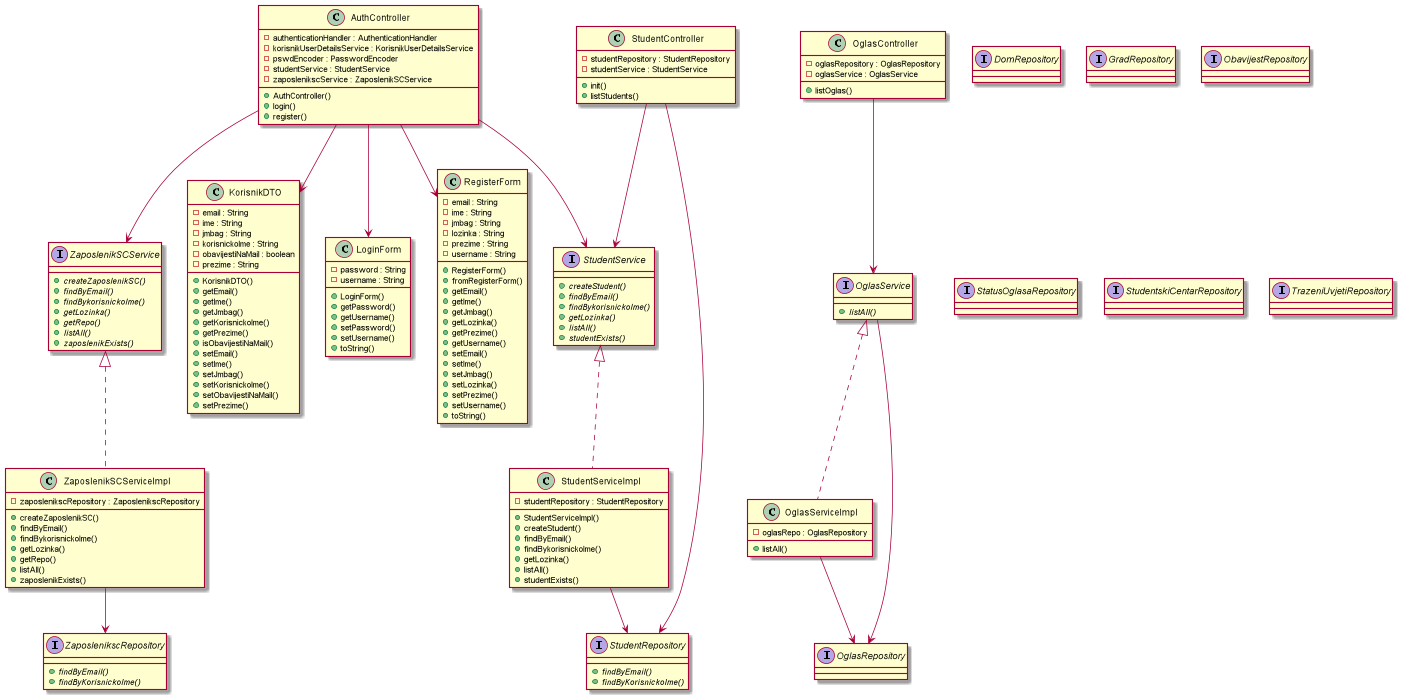
This is dokumentacija/dijagrami/controller.png from miveta/student-housing-app, a PlantUML export, as it was before one commit. The source it was exported from:
```plantuml
@startuml

        class KorisnikDTO {
                    - email : String
                    - ime : String
                    - jmbag : String
                    - korisnickoIme : String
                    - obavijestiNaMail : boolean
                    - prezime : String
                    + KorisnikDTO()
                    + getEmail()
                    + getIme()
                    + getJmbag()
                    + getKorisnickoIme()
                    + getPrezime()
                    + isObavijestiNaMail()
                    + setEmail()
                    + setIme()
                    + setJmbag()
                    + setKorisnickoIme()
                    + setObavijestiNaMail()
                    + setPrezime()
                }


        class AuthController {
            - authenticationHandler : AuthenticationHandler
            - korisnikUserDetailsService : KorisnikUserDetailsService
            - pswdEncoder : PasswordEncoder
            - studentService : StudentService
            - zaposlenikscService : ZaposlenikSCService
            + AuthController()
            + login()
            + register()
        }




        class OglasController {
            - oglasRepository : OglasRepository
            - oglasService : OglasService
            + listOglas()
        }



        class StudentController {
            - studentRepository : StudentRepository
            - studentService : StudentService
            + init()
            + listStudents()
        }
        class LoginForm {
                    - password : String
                    - username : String
                    + LoginForm()
                    + getPassword()
                    + getUsername()
                    + setPassword()
                    + setUsername()
                    + toString()
                }




                class RegisterForm {
                    - email : String
                    - ime : String
                    - jmbag : String
                    - lozinka : String
                    - prezime : String
                    - username : String
                    + RegisterForm()
                    + fromRegisterForm()
                    + getEmail()
                    + getIme()
                    + getJmbag()
                    + getLozinka()
                    + getPrezime()
                    + getUsername()
                    + setEmail()
                    + setIme()
                    + setJmbag()
                    + setLozinka()
                    + setPrezime()
                    + setUsername()
                    + toString()
                }
                class OglasServiceImpl {
                              - oglasRepo : OglasRepository
                              + listAll()
                          }




                          class StudentServiceImpl {
                              - studentRepository : StudentRepository
                              + StudentServiceImpl()
                              + createStudent()
                              + findByEmail()
                              + findBykorisnickoIme()
                              + getLozinka()
                              + listAll()
                              + studentExists()
                          }




                          class ZaposlenikSCServiceImpl {
                              - zaposlenikscRepository : ZaposlenikscRepository
                              + createZaposlenikSC()
                              + findByEmail()
                              + findBykorisnickoIme()
                              + getLozinka()
                              + getRepo()
                              + listAll()
                              + zaposlenikExists()
                          }

        interface OglasService {
                    {abstract} + listAll()
                }



                interface StudentService {
                    {abstract} + createStudent()
                    {abstract} + findByEmail()
                    {abstract} + findBykorisnickoIme()
                    {abstract} + getLozinka()
                    {abstract} + listAll()
                    {abstract} + studentExists()
                }



                interface ZaposlenikSCService {
                    {abstract} + createZaposlenikSC()
                    {abstract} + findByEmail()
                    {abstract} + findBykorisnickoIme()
                    {abstract} + getLozinka()
                    {abstract} + getRepo()
                    {abstract} + listAll()
                    {abstract} + zaposlenikExists()
                }
        interface DomRepository {
        }




        interface GradRepository {
        }




        interface ObavijestRepository {
        }




        interface OglasRepository {
        }




        interface StatusOglasaRepository {
        }



        interface StudentRepository {
            {abstract} + findByEmail()
            {abstract} + findByKorisnickoIme()
        }




        interface StudentskiCentarRepository {
        }




        interface TrazeniUvjetiRepository {
        }



        interface ZaposlenikscRepository {
            {abstract} + findByEmail()
            {abstract} + findByKorisnickoIme()
        }
  OglasServiceImpl .up.|> OglasService
  StudentServiceImpl .up.|> StudentService
  ZaposlenikSCServiceImpl .up.|> ZaposlenikSCService

  AuthController --> KorisnikDTO
  AuthController --> LoginForm
  AuthController --> RegisterForm
  AuthController --> StudentService
  AuthController --> ZaposlenikSCService
  OglasController --> OglasService
  OglasService --> OglasRepository
  StudentController --> StudentRepository
  StudentController --> StudentService
  OglasServiceImpl --> OglasRepository
  StudentServiceImpl --> StudentRepository
  ZaposlenikSCServiceImpl --> ZaposlenikscRepository





@enduml
```
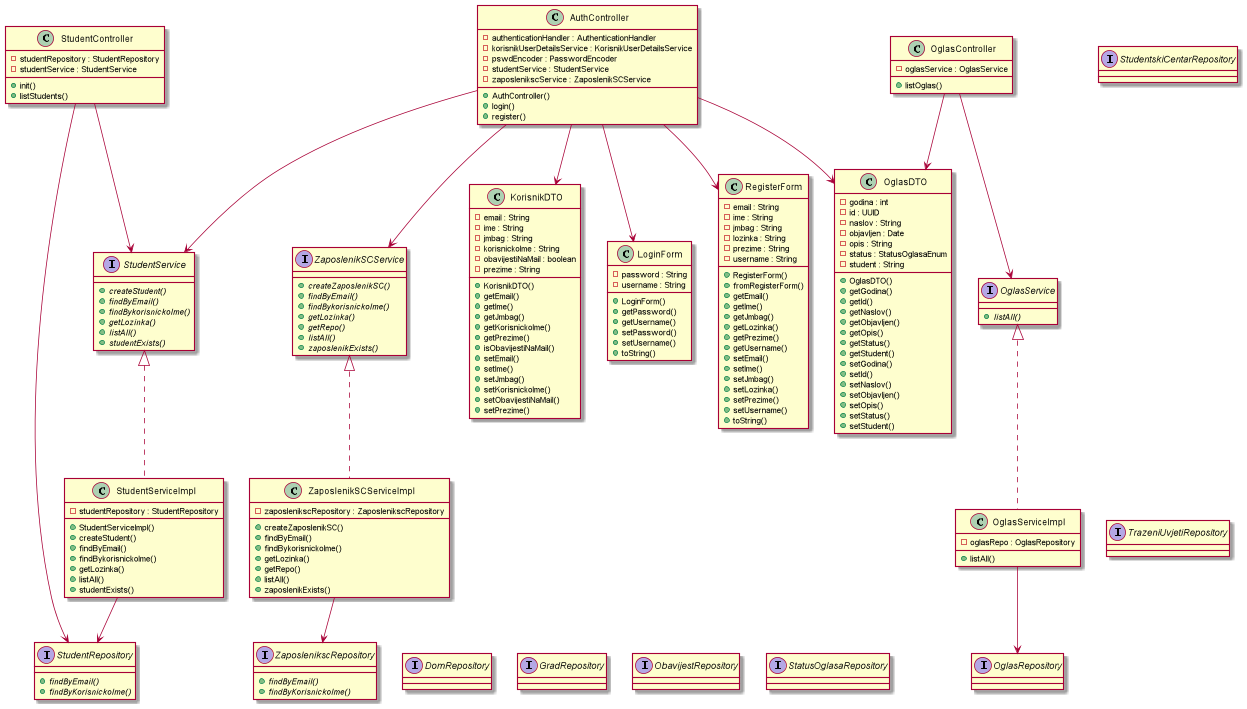
Above is the later version.

What changed in the source:
```diff
@@ -1,26 +1,6 @@
 @startuml
 
-        class KorisnikDTO {
-                    - email : String
-                    - ime : String
-                    - jmbag : String
-                    - korisnickoIme : String
-                    - obavijestiNaMail : boolean
-                    - prezime : String
-                    + KorisnikDTO()
-                    + getEmail()
-                    + getIme()
-                    + getJmbag()
-                    + getKorisnickoIme()
-                    + getPrezime()
-                    + isObavijestiNaMail()
-                    + setEmail()
-                    + setIme()
-                    + setJmbag()
-                    + setKorisnickoIme()
-                    + setObavijestiNaMail()
-                    + setPrezime()
-                }
+
 
 
         class AuthController {
@@ -36,12 +16,11 @@
 
 
 
-
         class OglasController {
-            - oglasRepository : OglasRepository
             - oglasService : OglasService
             + listOglas()
         }
+
 
 
 
@@ -51,103 +30,151 @@
             + init()
             + listStudents()
         }
-        class LoginForm {
-                    - password : String
-                    - username : String
-                    + LoginForm()
-                    + getPassword()
-                    + getUsername()
-                    + setPassword()
-                    + setUsername()
-                    + toString()
-                }
+        class KorisnikDTO {
+            - email : String
+            - ime : String
+            - jmbag : String
+            - korisnickoIme : String
+            - obavijestiNaMail : boolean
+            - prezime : String
+            + KorisnikDTO()
+            + getEmail()
+            + getIme()
+            + getJmbag()
+            + getKorisnickoIme()
+            + getPrezime()
+            + isObavijestiNaMail()
+            + setEmail()
+            + setIme()
+            + setJmbag()
+            + setKorisnickoIme()
+            + setObavijestiNaMail()
+            + setPrezime()
+        }
 
 
 
 
-                class RegisterForm {
-                    - email : String
-                    - ime : String
-                    - jmbag : String
-                    - lozinka : String
-                    - prezime : String
-                    - username : String
-                    + RegisterForm()
-                    + fromRegisterForm()
-                    + getEmail()
-                    + getIme()
-                    + getJmbag()
-                    + getLozinka()
-                    + getPrezime()
-                    + getUsername()
-                    + setEmail()
-                    + setIme()
-                    + setJmbag()
-                    + setLozinka()
-                    + setPrezime()
-                    + setUsername()
-                    + toString()
-                }
-                class OglasServiceImpl {
-                              - oglasRepo : OglasRepository
-                              + listAll()
-                          }
+        class OglasDTO {
+            - godina : int
+            - id : UUID
+            - naslov : String
+            - objavljen : Date
+            - opis : String
+            - status : StatusOglasaEnum
+            - student : String
+            + OglasDTO()
+            + getGodina()
+            + getId()
+            + getNaslov()
+            + getObjavljen()
+            + getOpis()
+            + getStatus()
+            + getStudent()
+            + setGodina()
+            + setId()
+            + setNaslov()
+            + setObjavljen()
+            + setOpis()
+            + setStatus()
+            + setStudent()
+        }
+          class OglasServiceImpl {
+              - oglasRepo : OglasRepository
+              + listAll()
+          }
+
+
+
+          class StudentServiceImpl {
+              - studentRepository : StudentRepository
+              + StudentServiceImpl()
+              + createStudent()
+              + findByEmail()
+              + findBykorisnickoIme()
+              + getLozinka()
+              + listAll()
+              + studentExists()
+          }
 
 
 
 
-                          class StudentServiceImpl {
-                              - studentRepository : StudentRepository
-                              + StudentServiceImpl()
-                              + createStudent()
-                              + findByEmail()
-                              + findBykorisnickoIme()
-                              + getLozinka()
-                              + listAll()
-                              + studentExists()
-                          }
+          class ZaposlenikSCServiceImpl {
+              - zaposlenikscRepository : ZaposlenikscRepository
+              + createZaposlenikSC()
+              + findByEmail()
+              + findBykorisnickoIme()
+              + getLozinka()
+              + getRepo()
+              + listAll()
+              + zaposlenikExists()
+          }
+         interface OglasService {
+             {abstract} + listAll()
+         }
 
 
 
 
-                          class ZaposlenikSCServiceImpl {
-                              - zaposlenikscRepository : ZaposlenikscRepository
-                              + createZaposlenikSC()
-                              + findByEmail()
-                              + findBykorisnickoIme()
-                              + getLozinka()
-                              + getRepo()
-                              + listAll()
-                              + zaposlenikExists()
-                          }
-
-        interface OglasService {
-                    {abstract} + listAll()
-                }
+         interface StudentService {
+             {abstract} + createStudent()
+             {abstract} + findByEmail()
+             {abstract} + findBykorisnickoIme()
+             {abstract} + getLozinka()
+             {abstract} + listAll()
+             {abstract} + studentExists()
+         }
 
 
 
-                interface StudentService {
-                    {abstract} + createStudent()
-                    {abstract} + findByEmail()
-                    {abstract} + findBykorisnickoIme()
-                    {abstract} + getLozinka()
-                    {abstract} + listAll()
-                    {abstract} + studentExists()
-                }
+         interface ZaposlenikSCService {
+             {abstract} + createZaposlenikSC()
+             {abstract} + findByEmail()
+             {abstract} + findBykorisnickoIme()
+             {abstract} + getLozinka()
+             {abstract} + getRepo()
+             {abstract} + listAll()
+             {abstract} + zaposlenikExists()
+         }
+        class LoginForm {
+            - password : String
+            - username : String
+            + LoginForm()
+            + getPassword()
+            + getUsername()
+            + setPassword()
+            + setUsername()
+            + toString()
+        }
 
 
 
-                interface ZaposlenikSCService {
-                    {abstract} + createZaposlenikSC()
-                    {abstract} + findByEmail()
-                    {abstract} + findBykorisnickoIme()
-                    {abstract} + getLozinka()
-                    {abstract} + getRepo()
-                    {abstract} + listAll()
-                    {abstract} + zaposlenikExists()
-                }
-        interface DomRepository {
+
+        class RegisterForm {
+            - email : String
+            - ime : String
+            - jmbag : String
+            - lozinka : String
+            - prezime : String
+            - username : String
+            + RegisterForm()
+            + fromRegisterForm()
+            + getEmail()
+            + getIme()
+            + getJmbag()
+            + getLozinka()
+            + getPrezime()
+            + getUsername()
+            + setEmail()
+            + setIme()
+            + setJmbag()
+            + setLozinka()
+            + setPrezime()
+            + setUsername()
+            + toString()
+        }
+ interface DomRepository {
         }
 
 
@@ -155,7 +182,6 @@
 
         interface GradRepository {
         }
-
 
 
 
@@ -167,7 +193,6 @@
 
         interface OglasRepository {
         }
-
 
 
 
@@ -183,10 +208,8 @@
 
 
 
-
         interface StudentskiCentarRepository {
-        }
-
+}
 
 
 
@@ -195,27 +218,37 @@
 
 
 
+
         interface ZaposlenikscRepository {
             {abstract} + findByEmail()
             {abstract} + findByKorisnickoIme()
         }
+
   OglasServiceImpl .up.|> OglasService
+  OglasServiceImpl --> OglasRepository
   StudentServiceImpl .up.|> StudentService
+  StudentServiceImpl --> StudentRepository
   ZaposlenikSCServiceImpl .up.|> ZaposlenikSCService
+  ZaposlenikSCServiceImpl --> ZaposlenikscRepository
+
+  OglasController --> OglasDTO
+  OglasController --> OglasService
 
   AuthController --> KorisnikDTO
+  AuthController --> OglasDTO
+  AuthController --> StudentService
+  AuthController --> ZaposlenikSCService
   AuthController --> LoginForm
   AuthController --> RegisterForm
-  AuthController --> StudentService
-  AuthController --> ZaposlenikSCService
-  OglasController --> OglasService
-  OglasService --> OglasRepository
+
+  StudentController --> StudentService
   StudentController --> StudentRepository
-  StudentController --> StudentService
-  OglasServiceImpl --> OglasRepository
-  StudentServiceImpl --> StudentRepository
-  ZaposlenikSCServiceImpl --> ZaposlenikscRepository
 
+  KorisnikDTO -[hidden]--> DomRepository
+  KorisnikDTO -[hidden]--> GradRepository
+  KorisnikDTO -[hidden]--> ObavijestRepository
+  KorisnikDTO -[hidden]--> StatusOglasaRepository
+  StudentskiCentarRepository -[hidden]--> TrazeniUvjetiRepository
 
 
 
```
